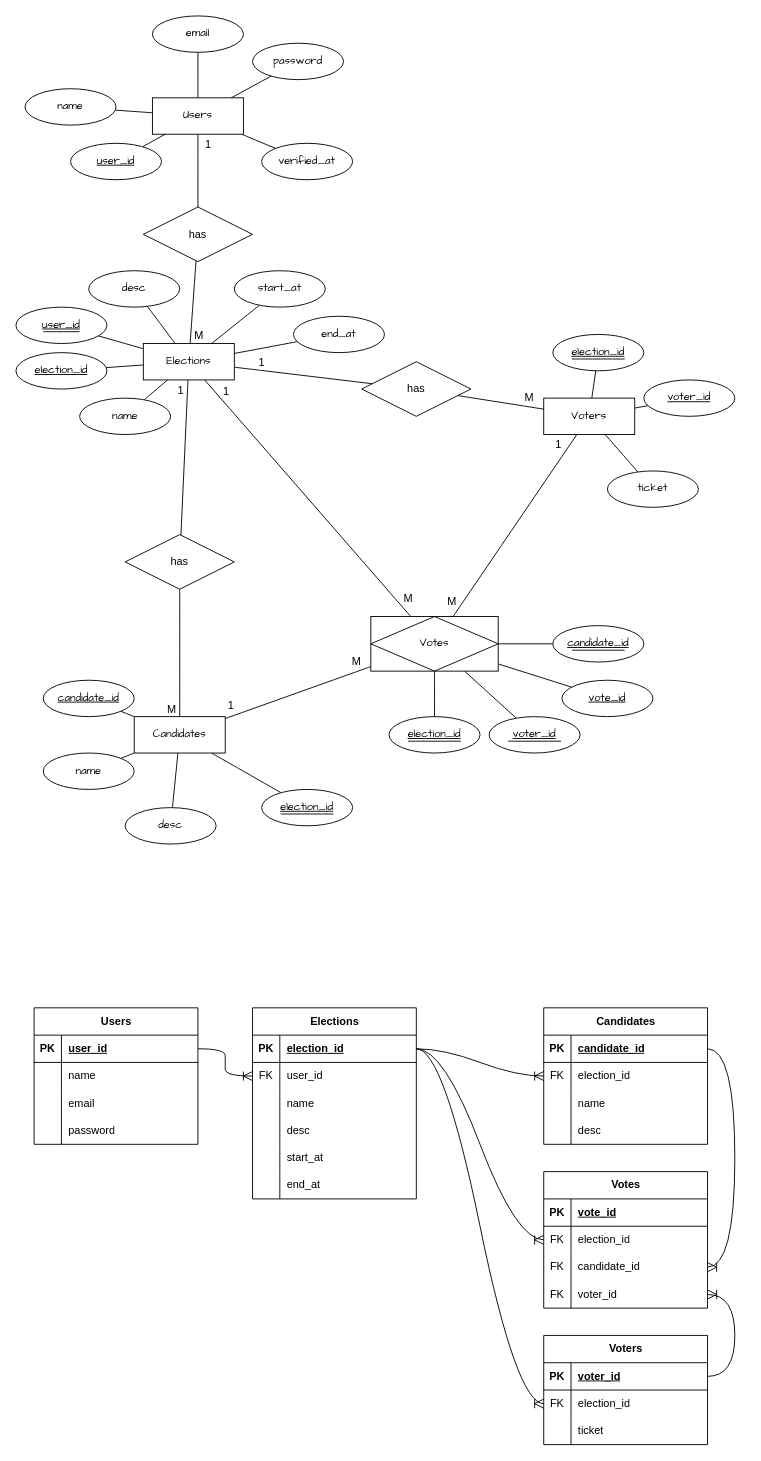
Before: kelas praktikum/Tugas1.drawio in hasbisdqi/manajemen-basis-data, a draw.io diagram. Source tidied: cells renumbered, new cells numbered last; positions are measured from the earlier drawing's top-left corner, leaving out a move shared by most shapes. Both pictures are drawn from the tidied source at 91%, with x=0, y=0 at pixel (15, 15).
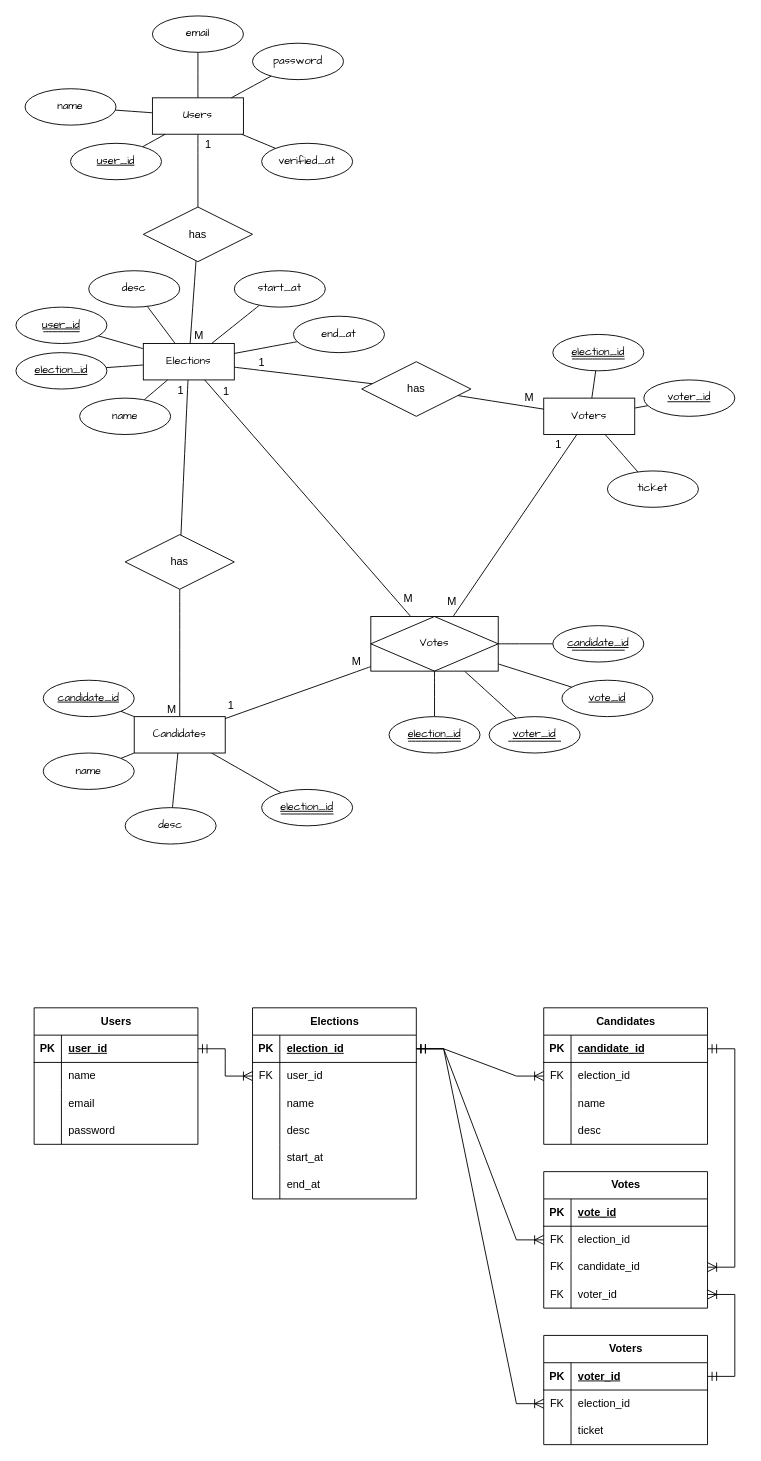
The same diagram, later.

Unchanged cells that the change refers to:
```xml
<mxCell id="81" style="shape=tableRow;horizontal=0;startSize=0;swimlaneHead=0;swimlaneBody=0;fillColor=none;points=[[0,0.5],[1,0.5]];portConstraint=eastwest;top=0;left=0;right=0;bottom=1;" parent="80" vertex="1">
  <mxGeometry y="30" width="180" height="30" as="geometry" />
</mxCell>
<mxCell id="94" style="shape=tableRow;horizontal=0;startSize=0;swimlaneHead=0;swimlaneBody=0;fillColor=none;points=[[0,0.5],[1,0.5]];portConstraint=eastwest;top=0;left=0;right=0;bottom=1;" parent="93" vertex="1">
  <mxGeometry y="30" width="180" height="30" as="geometry" />
</mxCell>
<mxCell id="97" style="shape=tableRow;horizontal=0;startSize=0;swimlaneHead=0;swimlaneBody=0;fillColor=none;points=[[0,0.5],[1,0.5]];portConstraint=eastwest;top=0;left=0;right=0;bottom=0;" parent="93" vertex="1">
  <mxGeometry y="60" width="180" height="30" as="geometry" />
</mxCell>
<mxCell id="116" style="shape=tableRow;horizontal=0;startSize=0;swimlaneHead=0;swimlaneBody=0;fillColor=none;points=[[0,0.5],[1,0.5]];portConstraint=eastwest;top=0;left=0;right=0;bottom=0;" parent="112" vertex="1">
  <mxGeometry y="60" width="180" height="30" as="geometry" />
</mxCell>
<mxCell id="119" style="shape=tableRow;horizontal=0;startSize=0;swimlaneHead=0;swimlaneBody=0;fillColor=none;points=[[0,0.5],[1,0.5]];portConstraint=eastwest;top=0;left=0;right=0;bottom=0;" parent="112" vertex="1">
  <mxGeometry y="90" width="180" height="30" as="geometry" />
</mxCell>
<mxCell id="122" style="shape=tableRow;horizontal=0;startSize=0;swimlaneHead=0;swimlaneBody=0;fillColor=none;points=[[0,0.5],[1,0.5]];portConstraint=eastwest;top=0;left=0;right=0;bottom=0;" parent="112" vertex="1">
  <mxGeometry y="120" width="180" height="30" as="geometry" />
</mxCell>
<mxCell id="126" style="shape=tableRow;horizontal=0;startSize=0;swimlaneHead=0;swimlaneBody=0;fillColor=none;points=[[0,0.5],[1,0.5]];portConstraint=eastwest;top=0;left=0;right=0;bottom=1;" parent="125" vertex="1">
  <mxGeometry y="30" width="180" height="30" as="geometry" />
</mxCell>
<mxCell id="129" style="shape=tableRow;horizontal=0;startSize=0;swimlaneHead=0;swimlaneBody=0;fillColor=none;points=[[0,0.5],[1,0.5]];portConstraint=eastwest;top=0;left=0;right=0;bottom=0;" parent="125" vertex="1">
  <mxGeometry y="60" width="180" height="30" as="geometry" />
</mxCell>
<mxCell id="136" style="shape=tableRow;horizontal=0;startSize=0;swimlaneHead=0;swimlaneBody=0;fillColor=none;points=[[0,0.5],[1,0.5]];portConstraint=eastwest;top=0;left=0;right=0;bottom=1;" parent="135" vertex="1">
  <mxGeometry y="30" width="180" height="30" as="geometry" />
</mxCell>
<mxCell id="139" style="shape=tableRow;horizontal=0;startSize=0;swimlaneHead=0;swimlaneBody=0;fillColor=none;points=[[0,0.5],[1,0.5]];portConstraint=eastwest;top=0;left=0;right=0;bottom=0;" parent="135" vertex="1">
  <mxGeometry y="60" width="180" height="30" as="geometry" />
</mxCell>
```

What changed in the source:
```diff
@@
-    <mxCell id="158" style="edgeStyle=entityRelationEdgeStyle;fontSize=12;html=1;endArrow=ERoneToMany;rounded=0;startSize=8;endSize=8;curved=1;" parent="1" edge="1" source="81" target="97">
-      <mxGeometry relative="1" as="geometry" />
-    </mxCell>
+    <mxCell id="160" style="edgeStyle=entityRelationEdgeStyle;fontSize=12;html=1;endArrow=ERoneToMany;startArrow=ERmandOne;rounded=0;startSize=8;endSize=8;curved=0;" parent="1" edge="1" source="94" target="116">
+      <mxGeometry relative="1" as="geometry" />
+    </mxCell>
-    <mxCell id="159" style="edgeStyle=entityRelationEdgeStyle;fontSize=12;html=1;endArrow=ERoneToMany;rounded=0;startSize=8;endSize=8;curved=1;" parent="1" edge="1" source="94" target="139">
+    <mxCell id="159" style="edgeStyle=entityRelationEdgeStyle;fontSize=12;html=1;endArrow=ERoneToMany;startArrow=ERmandOne;rounded=0;startSize=8;endSize=8;curved=0;" parent="1" edge="1" source="94" target="139">
       <mxGeometry relative="1" as="geometry" />
     </mxCell>
-    <mxCell id="160" style="edgeStyle=entityRelationEdgeStyle;fontSize=12;html=1;endArrow=ERoneToMany;rounded=0;startSize=8;endSize=8;curved=1;" parent="1" edge="1" source="94" target="116">
-      <mxGeometry relative="1" as="geometry" />
-    </mxCell>
-    <mxCell id="161" style="edgeStyle=entityRelationEdgeStyle;fontSize=12;html=1;endArrow=ERoneToMany;rounded=0;startSize=8;endSize=8;curved=1;" parent="1" edge="1" source="94" target="129">
+    <mxCell id="161" style="edgeStyle=entityRelationEdgeStyle;fontSize=12;html=1;endArrow=ERoneToMany;startArrow=ERmandOne;rounded=0;startSize=8;endSize=8;curved=0;" parent="1" edge="1" source="94" target="129">
       <mxGeometry relative="1" as="geometry" />
     </mxCell>
-    <mxCell id="162" style="edgeStyle=entityRelationEdgeStyle;fontSize=12;html=1;endArrow=ERoneToMany;rounded=0;startSize=8;endSize=8;curved=1;" parent="1" edge="1" source="136" target="119">
+    <mxCell id="162" style="edgeStyle=entityRelationEdgeStyle;fontSize=12;html=1;endArrow=ERoneToMany;startArrow=ERmandOne;rounded=0;startSize=8;endSize=8;curved=0;" parent="1" edge="1" source="136" target="119">
       <mxGeometry relative="1" as="geometry" />
     </mxCell>
-    <mxCell id="163" style="edgeStyle=entityRelationEdgeStyle;fontSize=12;html=1;endArrow=ERoneToMany;rounded=0;startSize=8;endSize=8;curved=1;" parent="1" edge="1" source="126" target="122">
+    <mxCell id="163" style="edgeStyle=entityRelationEdgeStyle;fontSize=12;html=1;endArrow=ERoneToMany;startArrow=ERmandOne;rounded=0;startSize=8;endSize=8;curved=0;" parent="1" edge="1" source="126" target="122">
       <mxGeometry relative="1" as="geometry" />
     </mxCell>
+    <mxCell id="158" style="edgeStyle=entityRelationEdgeStyle;fontSize=12;html=1;endArrow=ERoneToMany;startArrow=ERmandOne;rounded=0;startSize=8;endSize=8;curved=0;" parent="1" edge="1" source="81" target="97">
+      <mxGeometry relative="1" as="geometry" />
+    </mxCell>
```
